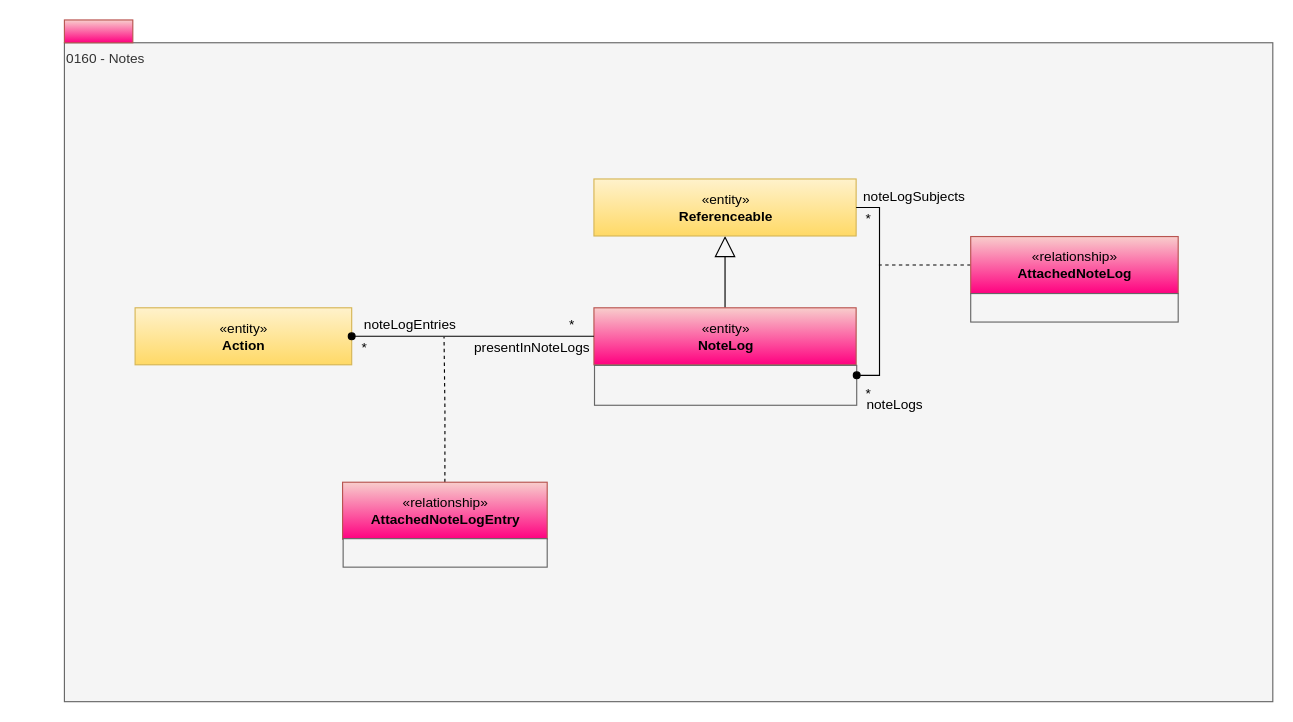
Before: page "0160-Notes" (16 of 16) of site/docs/types/1/area-1-collaboration.drawio in odpi/egeria-docs, a draw.io diagram. Source tidied: cells renumbered, new cells numbered last; positions are measured from the earlier drawing's top-left corner, leaving out a move shared by most shapes. Both pictures are drawn from the tidied source at 114%, with x=0, y=0 at pixel (64, 19).
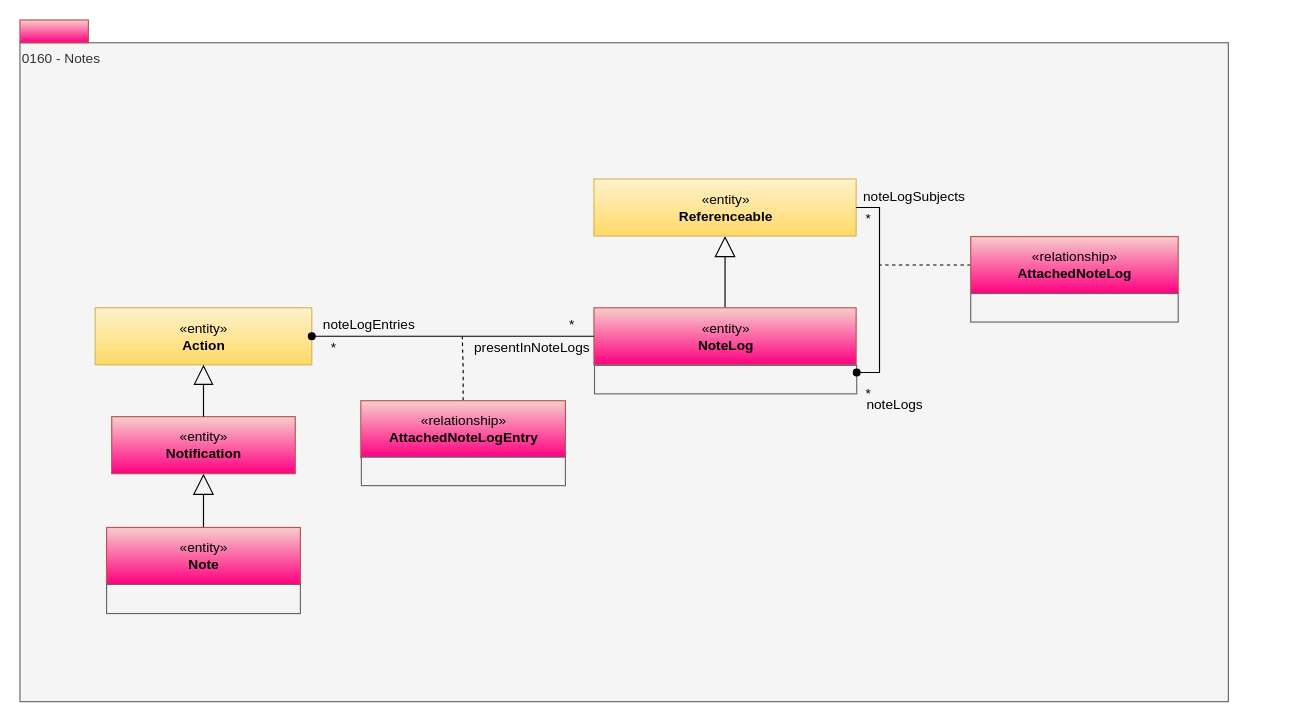
The same page after the edit.

Commit message (it also covers changes not shown here):
Add new Note type definition

What changed in the source:
```diff
@@
     <mxCell id="2" value="0160 - Notes" style="rounded=0;whiteSpace=wrap;html=1;align=left;verticalAlign=top;fillColor=#f5f5f5;fontColor=#333333;strokeColor=#666666;" parent="1" vertex="1">
-      <mxGeometry y="20" width="1060" height="578" as="geometry" />
+      <mxGeometry x="-39" y="20" width="1060" height="578" as="geometry" />
     </mxCell>
@@
     <mxCell id="5" style="html=1;strokeColor=#b85450;align=center;fillColor=#f8cecc;gradientColor=#FF0080;" parent="1" vertex="1">
-      <mxGeometry width="60" height="20" as="geometry" />
+      <mxGeometry x="-39" width="60" height="20" as="geometry" />
     </mxCell>
     <mxCell id="6" style="rounded=0;whiteSpace=wrap;html=1;align=left;fillColor=#f5f5f5;fontColor=#333333;strokeColor=#666666;" parent="1" vertex="1">
-      <mxGeometry x="465" y="303" width="230" height="35" as="geometry" />
+      <mxGeometry x="465" y="303" width="230" height="25" as="geometry" />
     </mxCell>
     <mxCell id="7" style="edgeStyle=orthogonalEdgeStyle;rounded=0;html=1;exitX=0.5;exitY=0;endArrow=none;endFill=0;jettySize=auto;dashed=1;exitDx=0;exitDy=0;" parent="1" edge="1" source="8">
       <mxGeometry relative="1" as="geometry">
-        <mxPoint x="333" y="278" as="targetPoint" />
+        <mxPoint x="349" y="278" as="targetPoint" />
       </mxGeometry>
     </mxCell>
     <mxCell id="8" value="«relationship»&lt;br&gt;&lt;b&gt;AttachedNoteLogEntry&lt;/b&gt;" style="html=1;strokeColor=#b85450;align=center;fillColor=#f8cecc;gradientColor=#FF0080;" parent="1" vertex="1">
-      <mxGeometry x="244" y="405.5" width="179.5" height="50" as="geometry" />
+      <mxGeometry x="260" y="334" width="179.5" height="50" as="geometry" />
     </mxCell>
@@
     <mxCell id="12" style="rounded=0;whiteSpace=wrap;html=1;strokeColor=#666666;align=left;fillColor=#f5f5f5;fontColor=#333333;" parent="1" vertex="1">
-      <mxGeometry x="244.5" y="455" width="179" height="25" as="geometry" />
+      <mxGeometry x="260.5" y="383.5" width="179" height="25" as="geometry" />
     </mxCell>
@@
     <mxCell id="14" value="«entity»&lt;br&gt;&lt;b&gt;Action&lt;/b&gt;" style="html=1;strokeColor=#d6b656;align=center;fillColor=#fff2cc;gradientColor=#ffd966;" parent="1" vertex="1">
-      <mxGeometry x="62" y="252.5" width="190" height="50" as="geometry" />
+      <mxGeometry x="27" y="252.5" width="190" height="50" as="geometry" />
     </mxCell>
@@
     <mxCell id="20" value="*" style="text;html=1;align=center;verticalAlign=top;spacingTop=-4;" parent="1" vertex="1">
-      <mxGeometry x="253" y="277.5" width="20" height="20" as="geometry" />
+      <mxGeometry x="226" y="277.5" width="20" height="20" as="geometry" />
     </mxCell>
@@
     <mxCell id="22" value="noteLogEntries" style="text;html=1;align=center;verticalAlign=top;spacingTop=-4;" parent="1" vertex="1">
-      <mxGeometry x="253" y="257.5" width="100" height="20" as="geometry" />
+      <mxGeometry x="217" y="257.5" width="100" height="20" as="geometry" />
     </mxCell>
@@
+    <mxCell id="25" style="edgeStyle=orthogonalEdgeStyle;rounded=0;jettySize=auto;html=1;exitX=0.5;exitY=0;exitDx=0;exitDy=0;endArrow=block;endFill=0;endSize=16;entryX=0.5;entryY=1;entryDx=0;entryDy=0;" parent="1" edge="1" source="26" target="28">
+      <mxGeometry relative="1" as="geometry" />
+    </mxCell>
+    <mxCell id="26" value="«entity»&lt;br&gt;&lt;b&gt;Note&lt;/b&gt;" style="html=1;strokeColor=#b85450;align=center;fillColor=#f8cecc;gradientColor=#FF0080;" parent="1" vertex="1">
+      <mxGeometry x="37" y="445.2" width="170" height="50" as="geometry" />
+    </mxCell>
+    <mxCell id="27" style="rounded=0;whiteSpace=wrap;html=1;align=left;fillColor=#f5f5f5;fontColor=#333333;strokeColor=#666666;" parent="1" vertex="1">
+      <mxGeometry x="37" y="495.2" width="170" height="25.5" as="geometry" />
+    </mxCell>
+    <mxCell id="28" value="«entity»&lt;br&gt;&lt;b&gt;Notification&lt;/b&gt;" style="html=1;strokeColor=#b85450;align=center;fillColor=#f8cecc;gradientColor=#FF0080;" parent="1" vertex="1">
+      <mxGeometry x="41.5" y="348" width="161" height="50" as="geometry" />
+    </mxCell>
+    <mxCell id="29" style="edgeStyle=orthogonalEdgeStyle;rounded=0;jettySize=auto;html=1;exitX=0.5;exitY=0;exitDx=0;exitDy=0;endArrow=block;endFill=0;endSize=15;entryX=0.5;entryY=1;entryDx=0;entryDy=0;" parent="1" edge="1" source="28" target="14">
+      <mxGeometry relative="1" as="geometry" />
+    </mxCell>
```
